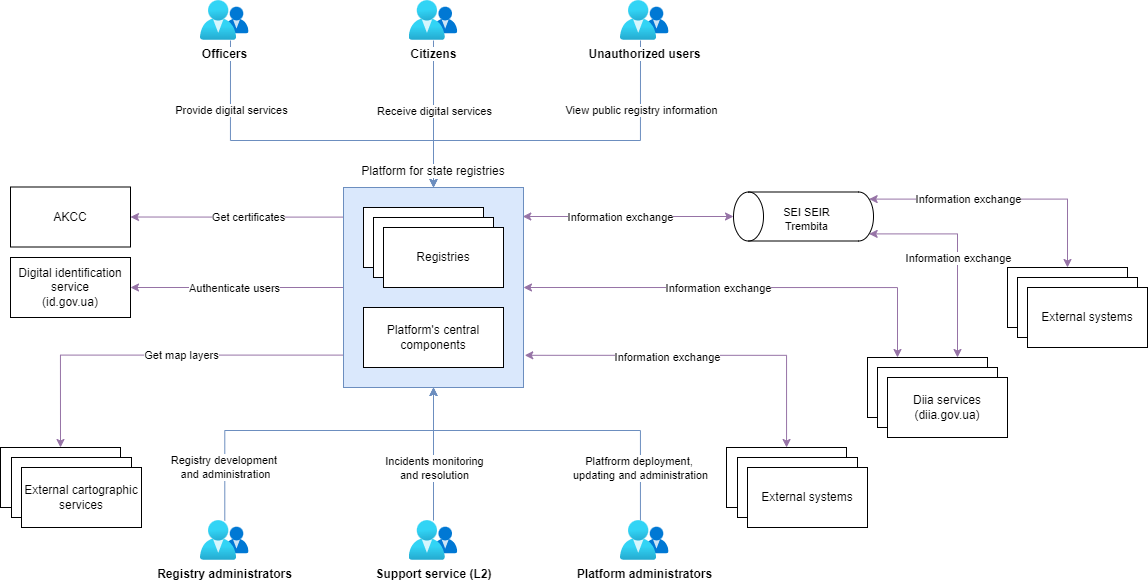
Earlier version of the draw.io export docs/en/modules/arch/images/architecture/ddm-platform-context.png (epam/edp-ddm-architecture). Source tidied: cells renumbered, new cells last; positions are measured from the earlier drawing's top-left corner, leaving out a move shared by most shapes.
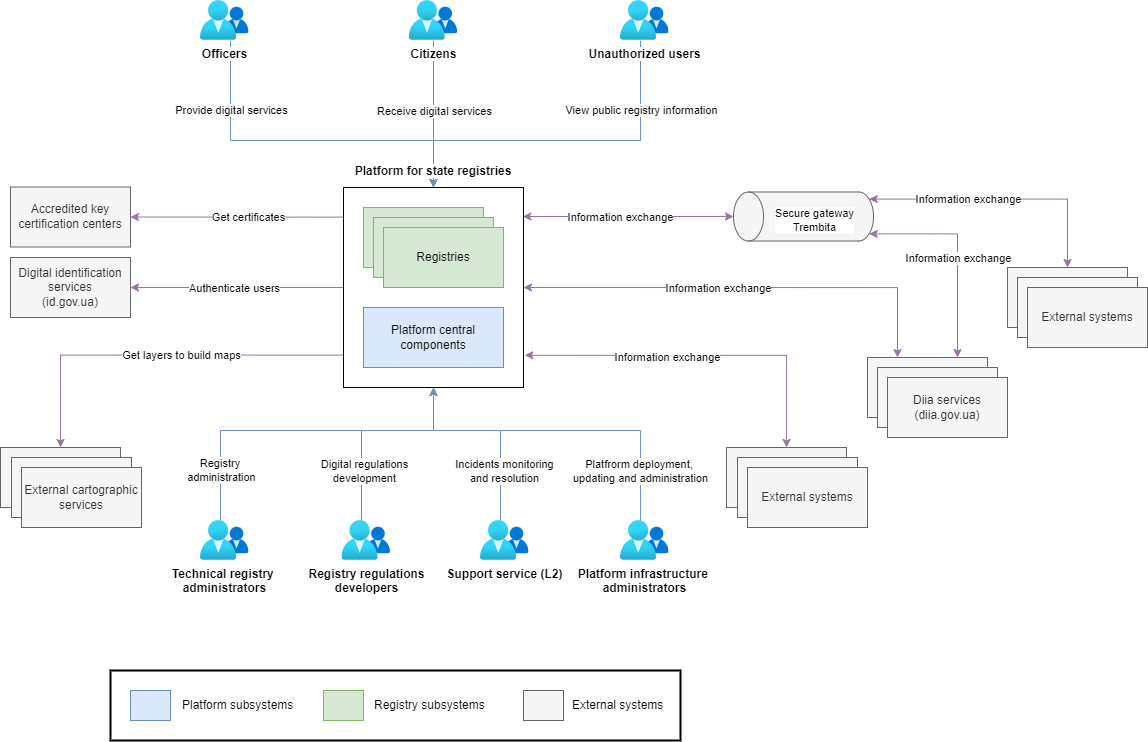
After the change.

Commit message:
[EDP-DDM-00000] Reviewed en and updated ua root index.adoc, updated context diagrams and convert them to editable png

Diff of the diagram source:
```diff
@@ -5,40 +5,40 @@
     <mxCell id="2" style="group;" parent="1" vertex="1">
       <mxGeometry x="726" y="447" width="140" height="80" as="geometry" />
     </mxCell>
-    <mxCell id="3" style="rounded=0;whiteSpace=wrap;html=1;" parent="2" vertex="1">
+    <mxCell id="3" style="rounded=0;whiteSpace=wrap;html=1;fillColor=#f5f5f5;fontColor=#333333;strokeColor=#666666;" parent="2" vertex="1">
       <mxGeometry width="120" height="60" as="geometry" />
     </mxCell>
-    <mxCell id="4" style="rounded=0;whiteSpace=wrap;html=1;" parent="2" vertex="1">
+    <mxCell id="4" style="rounded=0;whiteSpace=wrap;html=1;fillColor=#f5f5f5;fontColor=#333333;strokeColor=#666666;" parent="2" vertex="1">
       <mxGeometry x="11" y="10" width="120" height="60" as="geometry" />
     </mxCell>
-    <mxCell id="5" value="External systems" style="rounded=0;whiteSpace=wrap;html=1;" parent="2" vertex="1">
+    <mxCell id="5" value="External systems" style="rounded=0;whiteSpace=wrap;html=1;fillColor=#f5f5f5;fontColor=#333333;strokeColor=#666666;" parent="2" vertex="1">
       <mxGeometry x="21" y="20" width="120" height="60" as="geometry" />
     </mxCell>
     <mxCell id="6" style="group;" parent="1" vertex="1">
       <mxGeometry x="867" y="357" width="140" height="80" as="geometry" />
     </mxCell>
-    <mxCell id="7" style="rounded=0;whiteSpace=wrap;html=1;" parent="6" vertex="1">
+    <mxCell id="7" style="rounded=0;whiteSpace=wrap;html=1;fillColor=#f5f5f5;fontColor=#333333;strokeColor=#666666;" parent="6" vertex="1">
       <mxGeometry width="120" height="60" as="geometry" />
     </mxCell>
-    <mxCell id="8" style="rounded=0;whiteSpace=wrap;html=1;" parent="6" vertex="1">
+    <mxCell id="8" style="rounded=0;whiteSpace=wrap;html=1;fillColor=#f5f5f5;fontColor=#333333;strokeColor=#666666;" parent="6" vertex="1">
       <mxGeometry x="10" y="10" width="120" height="60" as="geometry" />
     </mxCell>
-    <mxCell id="9" value="Diia services&lt;br&gt;(diia.gov.ua)" style="rounded=0;whiteSpace=wrap;html=1;" parent="6" vertex="1">
+    <mxCell id="9" value="Diia services&lt;br&gt;(diia.gov.ua)" style="rounded=0;whiteSpace=wrap;html=1;fillColor=#f5f5f5;fontColor=#333333;strokeColor=#666666;" parent="6" vertex="1">
       <mxGeometry x="20" y="20" width="120" height="60" as="geometry" />
     </mxCell>
-    <mxCell id="10" value="Digital identification service&lt;br&gt;(id.gov.ua)" style="rounded=0;whiteSpace=wrap;html=1;" parent="1" vertex="1">
+    <mxCell id="10" value="Digital identification services&lt;br&gt;(id.gov.ua)" style="rounded=0;whiteSpace=wrap;html=1;fillColor=#f5f5f5;fontColor=#333333;strokeColor=#666666;" parent="1" vertex="1">
       <mxGeometry x="10" y="257" width="120" height="60" as="geometry" />
     </mxCell>
     <mxCell id="11" style="group;" parent="1" vertex="1">
       <mxGeometry x="1007" y="267" width="140" height="80" as="geometry" />
     </mxCell>
-    <mxCell id="12" style="rounded=0;whiteSpace=wrap;html=1;" parent="11" vertex="1">
+    <mxCell id="12" style="rounded=0;whiteSpace=wrap;html=1;fillColor=#f5f5f5;fontColor=#333333;strokeColor=#666666;" parent="11" vertex="1">
       <mxGeometry width="120" height="60" as="geometry" />
     </mxCell>
-    <mxCell id="13" style="rounded=0;whiteSpace=wrap;html=1;" parent="11" vertex="1">
+    <mxCell id="13" style="rounded=0;whiteSpace=wrap;html=1;fillColor=#f5f5f5;fontColor=#333333;strokeColor=#666666;" parent="11" vertex="1">
       <mxGeometry x="10" y="10" width="120" height="60" as="geometry" />
     </mxCell>
-    <mxCell id="14" value="External systems" style="rounded=0;whiteSpace=wrap;html=1;" parent="11" vertex="1">
+    <mxCell id="14" value="External systems" style="rounded=0;whiteSpace=wrap;html=1;fillColor=#f5f5f5;fontColor=#333333;strokeColor=#666666;" parent="11" vertex="1">
       <mxGeometry x="20" y="20" width="120" height="60" as="geometry" />
     </mxCell>
     <mxCell id="15" style="edgeStyle=orthogonalEdgeStyle;rounded=0;jettySize=auto;html=1;exitX=0.996;exitY=0.145;exitDx=0;exitDy=0;exitPerimeter=0;entryX=0.5;entryY=0;entryDx=0;entryDy=0;entryPerimeter=0;fillColor=#e1d5e7;strokeColor=#9673a6;startArrow=classic;startFill=1;" parent="1" edge="1" source="40" target="47">
@@ -60,13 +60,14 @@
     <mxCell id="19" style="edgeStyle=orthogonalEdgeStyle;rounded=0;jettySize=auto;html=1;entryX=0.5;entryY=1;entryDx=0;entryDy=0;strokeWidth=1;fillColor=#dae8fc;strokeColor=#6c8ebf;startArrow=none;" parent="1" edge="1" source="60" target="40">
       <mxGeometry relative="1" as="geometry">
         <Array as="points">
+          <mxPoint x="220" y="430" />
           <mxPoint x="433" y="430" />
         </Array>
       </mxGeometry>
     </mxCell>
-    <mxCell id="20" value="Registry development &lt;br&gt;and administration" style="edgeLabel;html=1;align=center;verticalAlign=middle;" parent="19" vertex="1">
+    <mxCell id="20" value="Registry &lt;br&gt;administration" style="edgeLabel;html=1;align=center;verticalAlign=middle;" parent="19" vertex="1">
       <mxGeometry x="-0.68" y="-1" relative="1" as="geometry">
-        <mxPoint x="-1" y="2" as="offset" />
+        <mxPoint x="-1" y="5" as="offset" />
       </mxGeometry>
     </mxCell>
     <mxCell id="21" style="edgeStyle=orthogonalEdgeStyle;rounded=0;jettySize=auto;html=1;entryX=0.5;entryY=0;entryDx=0;entryDy=0;startArrow=none;startFill=0;strokeWidth=1;fillColor=#dae8fc;strokeColor=#6c8ebf;" parent="1" edge="1" target="40">
@@ -103,7 +104,7 @@
     </mxCell>
     <mxCell id="26" value="Platfrorm deployment, &lt;br&gt;updating and administration" style="edgeLabel;html=1;align=center;verticalAlign=middle;" parent="25" vertex="1">
       <mxGeometry x="-0.65" y="1" relative="1" as="geometry">
-        <mxPoint y="7" as="offset" />
+        <mxPoint y="10" as="offset" />
       </mxGeometry>
     </mxCell>
     <mxCell id="27" style="edgeStyle=orthogonalEdgeStyle;rounded=0;jettySize=auto;html=1;entryX=1;entryY=0.5;entryDx=0;entryDy=0;exitX=0;exitY=0.5;exitDx=0;exitDy=0;fillColor=#e1d5e7;strokeColor=#9673a6;" parent="1" edge="1" source="40" target="10">
@@ -152,7 +153,7 @@
         <mxPoint x="1" y="-2" as="offset" />
       </mxGeometry>
     </mxCell>
-    <mxCell id="35" value="AKCC" style="rounded=0;whiteSpace=wrap;html=1;" parent="1" vertex="1">
+    <mxCell id="35" value="Accredited key certification centers" style="rounded=0;whiteSpace=wrap;html=1;fillColor=#f5f5f5;fontColor=#333333;strokeColor=#666666;" parent="1" vertex="1">
       <mxGeometry x="10" y="186.5" width="120" height="60" as="geometry" />
     </mxCell>
     <mxCell id="36" style="group;labelPosition=center;verticalLabelPosition=top;align=center;verticalAlign=bottom;fillColor=#dae8fc;strokeColor=#6c8ebf;" parent="1" vertex="1">
@@ -164,48 +165,48 @@
     <mxCell id="38" style="edgeStyle=orthogonalEdgeStyle;rounded=0;jettySize=auto;html=1;entryX=0.5;entryY=0;entryDx=0;entryDy=0;fillColor=#e1d5e7;strokeColor=#9673a6;exitX=0.006;exitY=0.838;exitDx=0;exitDy=0;exitPerimeter=0;" parent="1" edge="1" source="40" target="50">
       <mxGeometry relative="1" as="geometry" />
     </mxCell>
-    <mxCell id="39" value="Get map layers" style="edgeLabel;html=1;align=center;verticalAlign=middle;" parent="38" vertex="1">
+    <mxCell id="39" value="Get layers to build maps" style="edgeLabel;html=1;align=center;verticalAlign=middle;" parent="38" vertex="1">
       <mxGeometry x="-0.13" relative="1" as="geometry" />
     </mxCell>
-    <mxCell id="40" value="&lt;span style=&quot;background-color: rgb(255, 255, 255);&quot;&gt;Platform for state registries&lt;/span&gt;" style="rounded=0;whiteSpace=wrap;html=1;verticalAlign=bottom;labelPosition=center;verticalLabelPosition=top;align=center;fillColor=#dae8fc;strokeColor=#6c8ebf;horizontal=1;spacingTop=0;spacingBottom=7;" parent="1" vertex="1">
+    <mxCell id="40" value="&lt;span style=&quot;background-color: rgb(255, 255, 255);&quot;&gt;&lt;b&gt;Platform for state registries&lt;/b&gt;&lt;/span&gt;" style="rounded=0;whiteSpace=wrap;html=1;verticalAlign=bottom;labelPosition=center;verticalLabelPosition=top;align=center;horizontal=1;spacingTop=0;spacingBottom=7;" parent="1" vertex="1">
       <mxGeometry x="343" y="187" width="180" height="200" as="geometry" />
     </mxCell>
-    <mxCell id="41" value="Platform's central components" style="rounded=0;whiteSpace=wrap;html=1;" parent="1" vertex="1">
+    <mxCell id="41" value="Platform central components" style="rounded=0;whiteSpace=wrap;html=1;fillColor=#dae8fc;strokeColor=#6c8ebf;" parent="1" vertex="1">
       <mxGeometry x="363" y="307" width="140" height="60" as="geometry" />
     </mxCell>
     <mxCell id="42" style="group;" parent="1" vertex="1">
       <mxGeometry x="363" y="207" width="140" height="80" as="geometry" />
     </mxCell>
-    <mxCell id="43" style="rounded=0;whiteSpace=wrap;html=1;" parent="42" vertex="1">
+    <mxCell id="43" style="rounded=0;whiteSpace=wrap;html=1;fillColor=#d5e8d4;strokeColor=#82b366;" parent="42" vertex="1">
       <mxGeometry width="120" height="60" as="geometry" />
     </mxCell>
-    <mxCell id="44" style="rounded=0;whiteSpace=wrap;html=1;" parent="42" vertex="1">
+    <mxCell id="44" style="rounded=0;whiteSpace=wrap;html=1;fillColor=#d5e8d4;strokeColor=#82b366;" parent="42" vertex="1">
       <mxGeometry x="10" y="10" width="120" height="60" as="geometry" />
     </mxCell>
-    <mxCell id="45" value="Registries" style="rounded=0;whiteSpace=wrap;html=1;" parent="42" vertex="1">
+    <mxCell id="45" value="Registries" style="rounded=0;whiteSpace=wrap;html=1;fillColor=#d5e8d4;strokeColor=#82b366;" parent="42" vertex="1">
       <mxGeometry x="20" y="20" width="120" height="60" as="geometry" />
     </mxCell>
     <mxCell id="46" style="group;" parent="1" vertex="1">
       <mxGeometry x="733" y="191.5" width="140" height="49" as="geometry" />
     </mxCell>
-    <mxCell id="47" style="shape=cylinder3;whiteSpace=wrap;html=1;boundedLbl=1;backgroundOutline=1;size=15;rotation=-90;horizontal=0;verticalAlign=bottom;" parent="46" vertex="1">
+    <mxCell id="47" style="shape=cylinder3;whiteSpace=wrap;html=1;boundedLbl=1;backgroundOutline=1;size=15;rotation=-90;horizontal=0;verticalAlign=bottom;fillColor=#f5f5f5;fontColor=#333333;strokeColor=#666666;" parent="46" vertex="1">
       <mxGeometry x="45.5" y="-45.5" width="49" height="140" as="geometry" />
     </mxCell>
-    <mxCell id="48" value="SEI SEIR&lt;br&gt;Trembita" style="edgeLabel;html=1;align=center;verticalAlign=middle;" parent="46" vertex="1">
+    <mxCell id="48" value="Secure gateway&lt;br&gt;Trembita" style="edgeLabel;html=1;align=center;verticalAlign=middle;" parent="46" vertex="1">
       <mxGeometry x="79" y="24.5" as="geometry">
-        <mxPoint x="-7" y="2" as="offset" />
+        <mxPoint x="1" y="3" as="offset" />
       </mxGeometry>
     </mxCell>
     <mxCell id="49" style="group;" parent="1" vertex="1">
       <mxGeometry y="447" width="140" height="80" as="geometry" />
     </mxCell>
-    <mxCell id="50" style="rounded=0;whiteSpace=wrap;html=1;" parent="49" vertex="1">
+    <mxCell id="50" style="rounded=0;whiteSpace=wrap;html=1;fillColor=#f5f5f5;fontColor=#333333;strokeColor=#666666;" parent="49" vertex="1">
       <mxGeometry width="120" height="60" as="geometry" />
     </mxCell>
-    <mxCell id="51" style="rounded=0;whiteSpace=wrap;html=1;" parent="49" vertex="1">
+    <mxCell id="51" style="rounded=0;whiteSpace=wrap;html=1;fillColor=#f5f5f5;fontColor=#333333;strokeColor=#666666;" parent="49" vertex="1">
       <mxGeometry x="11" y="10" width="120" height="60" as="geometry" />
     </mxCell>
-    <mxCell id="52" value="External cartographic services" style="rounded=0;whiteSpace=wrap;html=1;" parent="49" vertex="1">
+    <mxCell id="52" value="External cartographic services" style="rounded=0;whiteSpace=wrap;html=1;fillColor=#f5f5f5;fontColor=#333333;strokeColor=#666666;" parent="49" vertex="1">
       <mxGeometry x="21" y="20" width="120" height="60" as="geometry" />
     </mxCell>
     <mxCell id="53" style="edgeStyle=orthogonalEdgeStyle;rounded=0;jettySize=auto;html=1;exitX=0.75;exitY=0;exitDx=0;exitDy=0;entryX=0.145;entryY=1;entryDx=0;entryDy=-4.35;entryPerimeter=0;fillColor=#e1d5e7;strokeColor=#9673a6;startArrow=classic;startFill=1;" parent="1" edge="1" source="7" target="47">
@@ -220,15 +221,18 @@
         <mxPoint x="3" y="12" as="offset" />
       </mxGeometry>
     </mxCell>
-    <mxCell id="55" style="edgeStyle=orthogonalEdgeStyle;rounded=0;jettySize=auto;html=1;entryX=0.5;entryY=1;entryDx=0;entryDy=0;strokeWidth=1;fillColor=#dae8fc;strokeColor=#6c8ebf;startArrow=none;" parent="1" edge="1" source="61" target="40">
+    <mxCell id="55" style="edgeStyle=orthogonalEdgeStyle;rounded=0;jettySize=auto;html=1;entryX=0.5;entryY=1;entryDx=0;entryDy=0;strokeWidth=1;fillColor=#dae8fc;strokeColor=#6c8ebf;startArrow=none;exitX=0.413;exitY=0;exitDx=0;exitDy=0;exitPerimeter=0;" parent="1" edge="1" source="61" target="40">
       <mxGeometry relative="1" as="geometry">
         <Array as="points">
-          <mxPoint x="433" y="520" />
+          <mxPoint x="500" y="430" />
+          <mxPoint x="433" y="430" />
         </Array>
       </mxGeometry>
     </mxCell>
     <mxCell id="56" value="Incidents monitoring&lt;br&gt;and resolution" style="edgeLabel;html=1;align=center;verticalAlign=middle;" parent="55" vertex="1">
-      <mxGeometry x="-0.2" relative="1" as="geometry" />
+      <mxGeometry x="-0.2" relative="1" as="geometry">
+        <mxPoint x="3" y="30" as="offset" />
+      </mxGeometry>
     </mxCell>
     <mxCell id="57" value="Officers" style="html=1;align=center;image;fontSize=12;image=img/lib/azure2/identity/Groups.svg;fontStyle=1;" parent="1" vertex="1">
       <mxGeometry x="200" width="48.6" height="40" as="geometry" />
@@ -239,14 +243,47 @@
     <mxCell id="59" value="Unauthorized users" style="html=1;align=center;image;fontSize=12;image=img/lib/azure2/identity/Groups.svg;fontStyle=1;" parent="1" vertex="1">
       <mxGeometry x="620" width="48.6" height="40" as="geometry" />
     </mxCell>
-    <mxCell id="60" value="Registry administrators" style="html=1;points=[];align=center;image;fontSize=12;image=img/lib/azure2/identity/Groups.svg;fontStyle=1;" parent="1" vertex="1">
+    <mxCell id="60" value="Technical registry &lt;br&gt;administrators" style="html=1;points=[];align=center;image;fontSize=12;image=img/lib/azure2/identity/Groups.svg;fontStyle=1;" parent="1" vertex="1">
       <mxGeometry x="200" y="520" width="48.6" height="40" as="geometry" />
     </mxCell>
     <mxCell id="61" value="Support service (L2)" style="html=1;points=[];align=center;image;fontSize=12;image=img/lib/azure2/identity/Groups.svg;fontStyle=1;" parent="1" vertex="1">
-      <mxGeometry x="408.7" y="520" width="48.6" height="40" as="geometry" />
+      <mxGeometry x="480" y="520" width="48.6" height="40" as="geometry" />
     </mxCell>
-    <mxCell id="62" value="Platform administrators" style="html=1;points=[];align=center;image;fontSize=12;image=img/lib/azure2/identity/Groups.svg;fontStyle=1;" parent="1" vertex="1">
+    <mxCell id="62" value="Platform infrastructure &lt;br&gt;administrators" style="html=1;points=[];align=center;image;fontSize=12;image=img/lib/azure2/identity/Groups.svg;fontStyle=1;" parent="1" vertex="1">
       <mxGeometry x="620" y="520" width="48.6" height="40" as="geometry" />
     </mxCell>
+    <mxCell id="63" value="Registry regulations&lt;br&gt;developers" style="html=1;align=center;image;fontSize=12;image=img/lib/azure2/identity/Groups.svg;fontStyle=1;" parent="1" vertex="1">
+      <mxGeometry x="341.4" y="520" width="48.6" height="40" as="geometry" />
+    </mxCell>
+    <mxCell id="64" style="endArrow=none;html=1;rounded=0;strokeColor=#6C8EBF;" parent="1" edge="1">
+      <mxGeometry x="0.08" relative="1" as="geometry">
+        <mxPoint x="361" y="520" as="sourcePoint" />
+        <mxPoint x="361" y="430" as="targetPoint" />
+      </mxGeometry>
+    </mxCell>
+    <mxCell id="65" value="Digital regulations&lt;br&gt;development" style="edgeLabel;html=1;align=center;verticalAlign=middle;" parent="1" vertex="1">
+      <mxGeometry x="363" y="470" as="geometry" />
+    </mxCell>
+    <mxCell id="66" style="rounded=0;whiteSpace=wrap;html=1;strokeColor=#000000;strokeWidth=2;fillColor=none;" parent="1" vertex="1">
+      <mxGeometry x="110" y="670" width="570" height="70" as="geometry" />
+    </mxCell>
+    <mxCell id="67" style="rounded=0;whiteSpace=wrap;html=1;strokeWidth=1;labelPosition=center;verticalLabelPosition=top;align=center;verticalAlign=bottom;strokeColor=#82b366;fillColor=#d5e8d4;" parent="1" vertex="1">
+      <mxGeometry x="323" y="690" width="40" height="30" as="geometry" />
+    </mxCell>
+    <mxCell id="68" value="Registry subsystems" style="text;html=1;strokeColor=none;fillColor=none;align=left;verticalAlign=middle;whiteSpace=wrap;rounded=0;" parent="1" vertex="1">
+      <mxGeometry x="372" y="690" width="151" height="30" as="geometry" />
+    </mxCell>
+    <mxCell id="69" style="rounded=0;whiteSpace=wrap;html=1;strokeWidth=1;labelPosition=center;verticalLabelPosition=top;align=center;verticalAlign=bottom;strokeColor=#6c8ebf;fillColor=#dae8fc;" parent="1" vertex="1">
+      <mxGeometry x="130" y="690" width="40" height="30" as="geometry" />
+    </mxCell>
+    <mxCell id="70" value="Platform subsystems" style="text;html=1;strokeColor=none;fillColor=none;align=left;verticalAlign=middle;whiteSpace=wrap;rounded=0;" parent="1" vertex="1">
+      <mxGeometry x="180" y="690" width="151" height="30" as="geometry" />
+    </mxCell>
+    <mxCell id="71" style="rounded=0;whiteSpace=wrap;html=1;strokeWidth=1;labelPosition=center;verticalLabelPosition=top;align=center;verticalAlign=bottom;strokeColor=#666666;fillColor=#f5f5f5;fontColor=#333333;" parent="1" vertex="1">
+      <mxGeometry x="523" y="690" width="40" height="30" as="geometry" />
+    </mxCell>
+    <mxCell id="72" value="External systems" style="text;html=1;strokeColor=none;fillColor=none;align=left;verticalAlign=middle;whiteSpace=wrap;rounded=0;" parent="1" vertex="1">
+      <mxGeometry x="570" y="690" width="108.5" height="30" as="geometry" />
+    </mxCell>
   </root>
 </mxGraphModel>
```
